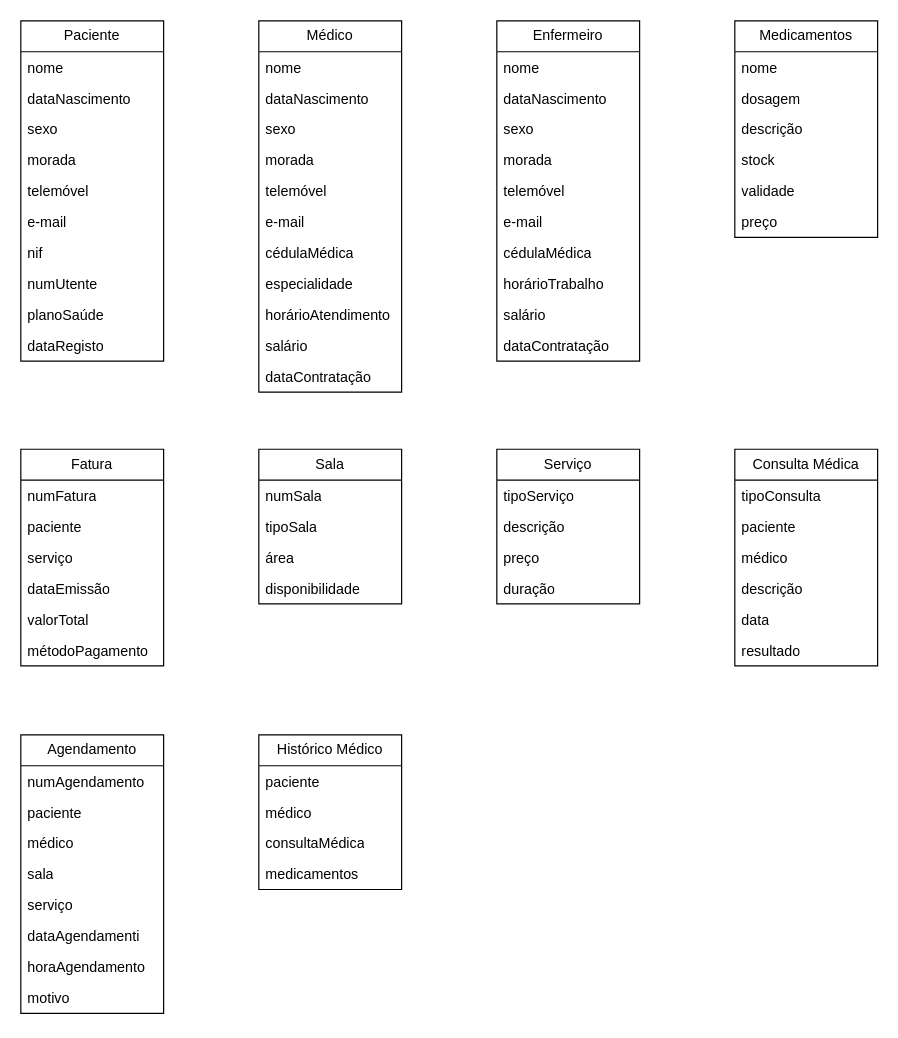
sillss1/PROJETO-BD-1 keeps this draw.io diagram as page "Classes and attributes" (1 of 2) of report/Hospital_DataBase_BD.drawio. Above is the earlier version. Source tidied: cells renumbered, new cells numbered last; positions are measured from the earlier drawing's top-left corner, leaving out a move shared by most shapes. Both pictures are drawn from the tidied source at 119%, with x=0, y=0 at pixel (20, 20).
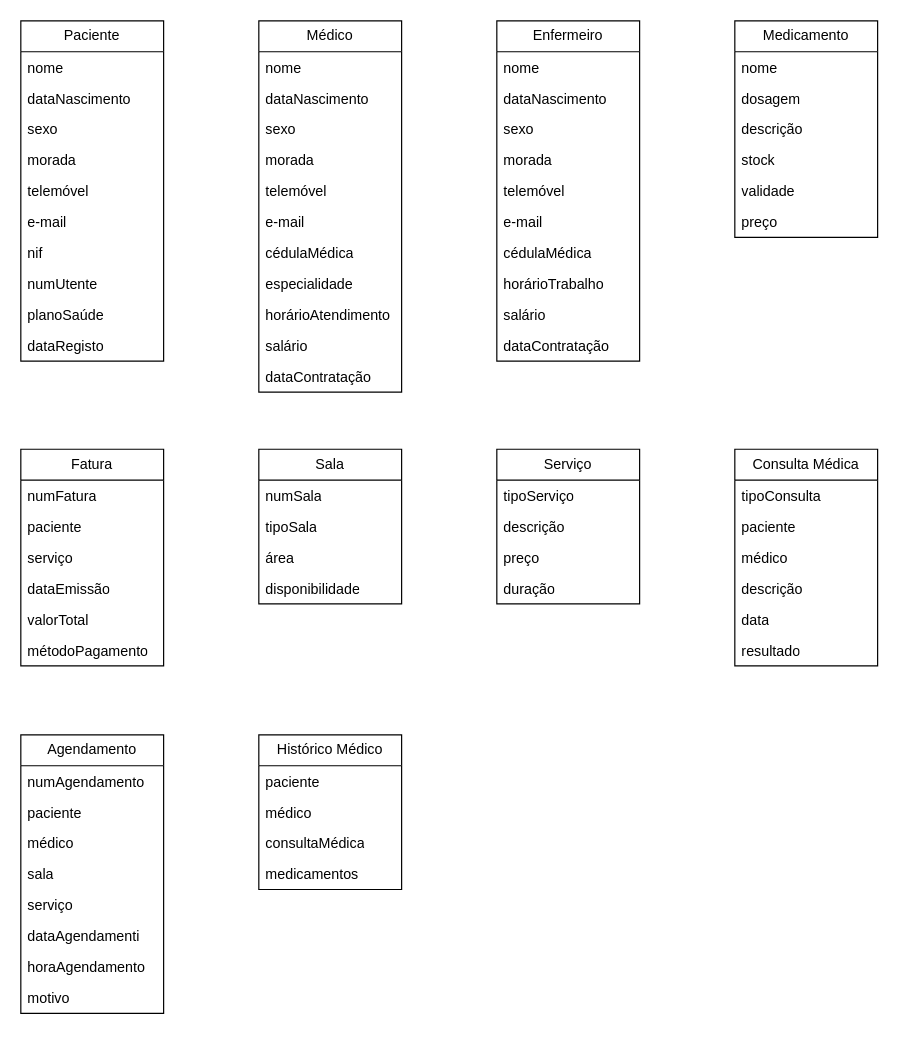
After the change.

Diff of the diagram source:
```diff
@@
-    <mxCell id="36" value="Medicamentos" style="swimlane;fontStyle=0;horizontal=1;startSize=26;fillColor=none;whiteSpace=wrap;html=1;" parent="1" vertex="1">
+    <mxCell id="36" value="Medicamento" style="swimlane;fontStyle=0;horizontal=1;startSize=26;fillColor=none;whiteSpace=wrap;html=1;" parent="1" vertex="1">
       <mxGeometry x="600" width="120" height="182" as="geometry" />
     </mxCell>
```
